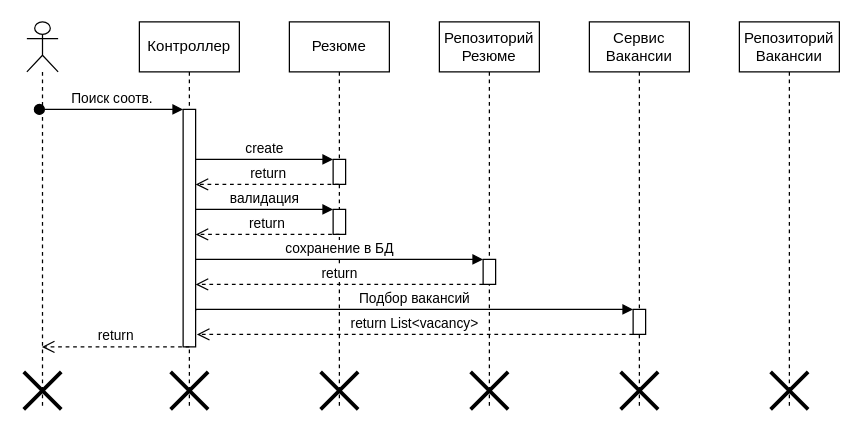
Earlier version of the draw.io diagram 3) sequence/sequence.drawio (Dreig-Michihi/software-engineering-practice). Source tidied: cells renumbered, new cells numbered last; positions are measured from the earlier drawing's top-left corner, leaving out a move shared by most shapes. Both pictures are drawn from the tidied source at 125%, with x=0, y=0 at pixel (24, 21).
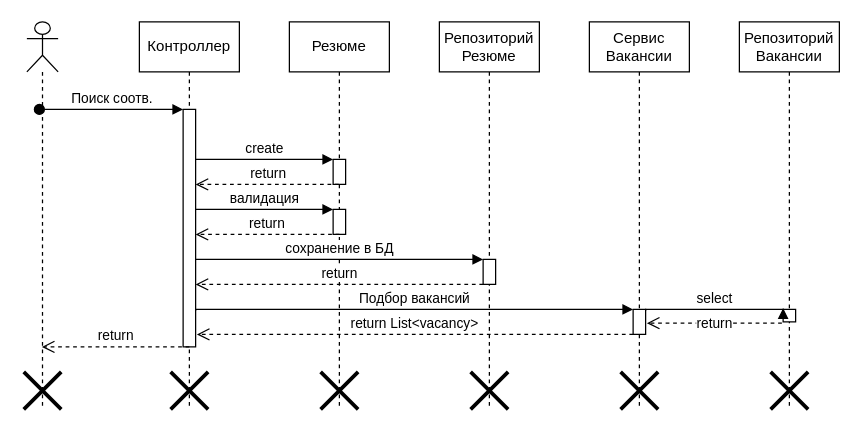
The same diagram, later.

The change refers to these unchanged cells:
```xml
<mxCell id="25" value="Репозиторий&lt;br&gt;Вакансии" style="shape=umlLifeline;perimeter=lifelinePerimeter;whiteSpace=wrap;html=1;newEdgeStyle={&quot;edgeStyle&quot;:&quot;elbowEdgeStyle&quot;,&quot;elbow&quot;:&quot;vertical&quot;,&quot;curved&quot;:0,&quot;rounded&quot;:0};" parent="1" vertex="1">
  <mxGeometry x="572" width="80" height="310" as="geometry" />
</mxCell>
```

The edit, as a diff of the source:
```diff
@@
+    <mxCell id="29" style="html=1;perimeter=orthogonalPerimeter;targetShapes=umlLifeline;newEdgeStyle={&quot;edgeStyle&quot;:&quot;elbowEdgeStyle&quot;,&quot;elbow&quot;:&quot;vertical&quot;,&quot;curved&quot;:0,&quot;rounded&quot;:0};" parent="25" vertex="1">
+      <mxGeometry x="35" y="230" width="10" height="10" as="geometry" />
+    </mxCell>
@@
+    <mxCell id="30" value="select" style="html=1;verticalAlign=bottom;endArrow=block;edgeStyle=elbowEdgeStyle;elbow=vertical;curved=0;rounded=0;" parent="1" edge="1">
+      <mxGeometry relative="1" as="geometry">
+        <mxPoint x="497" y="231" as="sourcePoint" />
+        <mxPoint x="607" y="229" as="targetPoint" />
+        <Array as="points">
+          <mxPoint x="672" y="230" />
+        </Array>
+      </mxGeometry>
+    </mxCell>
+    <mxCell id="31" value="return" style="html=1;verticalAlign=bottom;endArrow=open;dashed=1;endSize=8;edgeStyle=elbowEdgeStyle;elbow=vertical;curved=0;rounded=0;" parent="1" edge="1">
+      <mxGeometry y="9" relative="1" as="geometry">
+        <mxPoint x="606" y="241" as="sourcePoint" />
+        <mxPoint x="498" y="241" as="targetPoint" />
+      </mxGeometry>
+    </mxCell>
```
